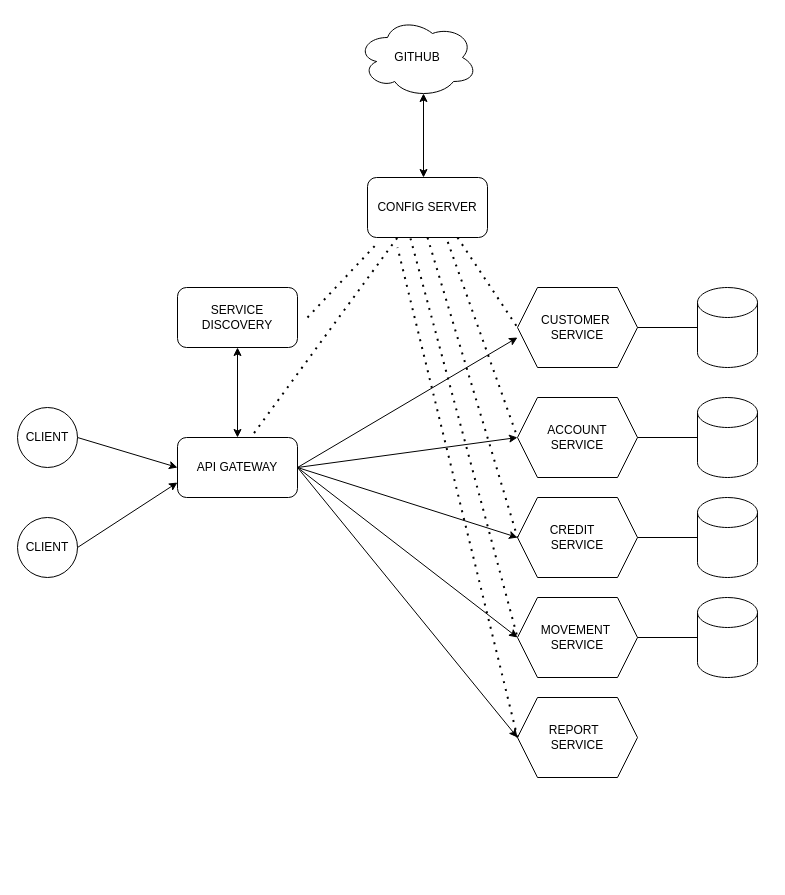
Above: microservices-architecture.drawio in aosur/microservices-project (draw.io), before the change. Source tidied: cells renumbered, new cells numbered last; positions are measured from the earlier drawing's top-left corner, leaving out a move shared by most shapes. Both pictures are drawn from the tidied source at 100%, with x=0, y=0 at pixel (17, 17).
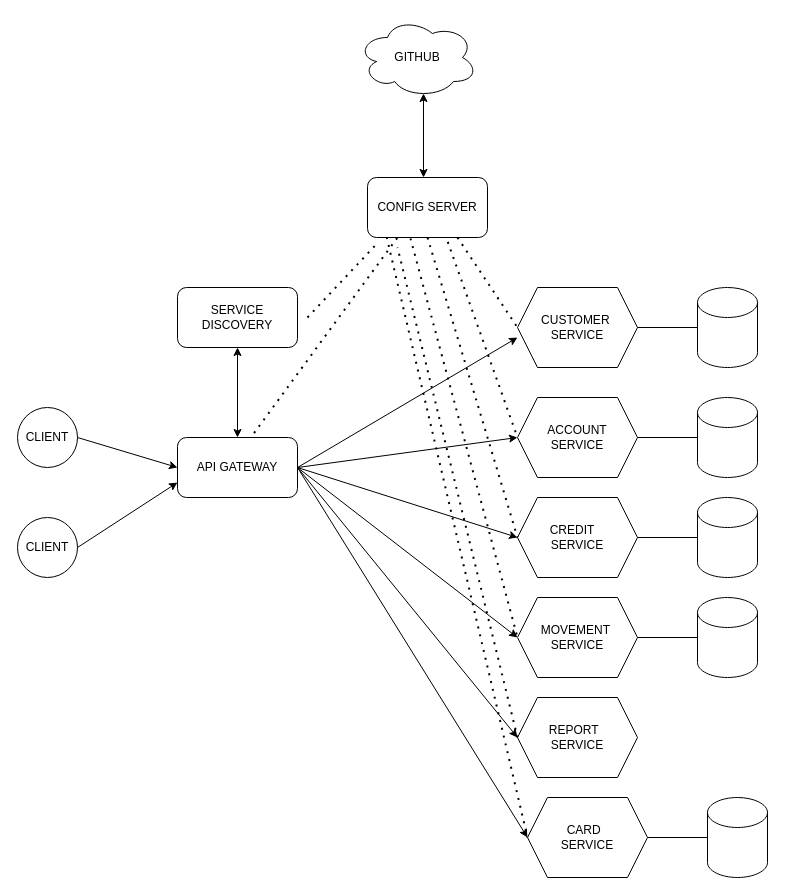
Above is the later version.

Unchanged cells that the change refers to:
```xml
<mxCell id="14" value="CONFIG SERVER&lt;br&gt;" style="rounded=1;whiteSpace=wrap;html=1;" parent="1" vertex="1">
  <mxGeometry x="350" y="160" width="120" height="60" as="geometry" />
</mxCell>
```

What changed in the source:
```diff
@@
+    <mxCell id="37" style="shape=cylinder3;whiteSpace=wrap;html=1;boundedLbl=1;backgroundOutline=1;size=15;" parent="1" vertex="1">
+      <mxGeometry x="690" y="780" width="60" height="80" as="geometry" />
+    </mxCell>
+    <mxCell id="38" style="endArrow=none;html=1;rounded=0;entryX=0;entryY=0.5;entryDx=0;entryDy=0;entryPerimeter=0;" parent="1" edge="1" target="37">
+      <mxGeometry relative="1" as="geometry">
+        <mxPoint x="630" y="820" as="sourcePoint" />
+      </mxGeometry>
+    </mxCell>
+    <mxCell id="39" value="CARD&amp;nbsp;&amp;nbsp;&lt;br&gt;SERVICE&lt;br&gt;" style="shape=hexagon;perimeter=hexagonPerimeter2;whiteSpace=wrap;html=1;fixedSize=1;" parent="1" vertex="1">
+      <mxGeometry x="510" y="780" width="120" height="80" as="geometry" />
+    </mxCell>
+    <mxCell id="40" style="endArrow=none;dashed=1;html=1;dashPattern=1 3;strokeWidth=2;rounded=0;exitX=0.16;exitY=0.994;exitDx=0;exitDy=0;exitPerimeter=0;" parent="1" edge="1" source="14">
+      <mxGeometry relative="1" as="geometry">
+        <mxPoint x="510" y="820" as="targetPoint" />
+      </mxGeometry>
+    </mxCell>
+    <mxCell id="41" style="endArrow=classic;html=1;rounded=0;" parent="1" edge="1">
+      <mxGeometry relative="1" as="geometry">
+        <mxPoint x="280" y="450" as="sourcePoint" />
+        <mxPoint x="510" y="820" as="targetPoint" />
+      </mxGeometry>
+    </mxCell>
```
